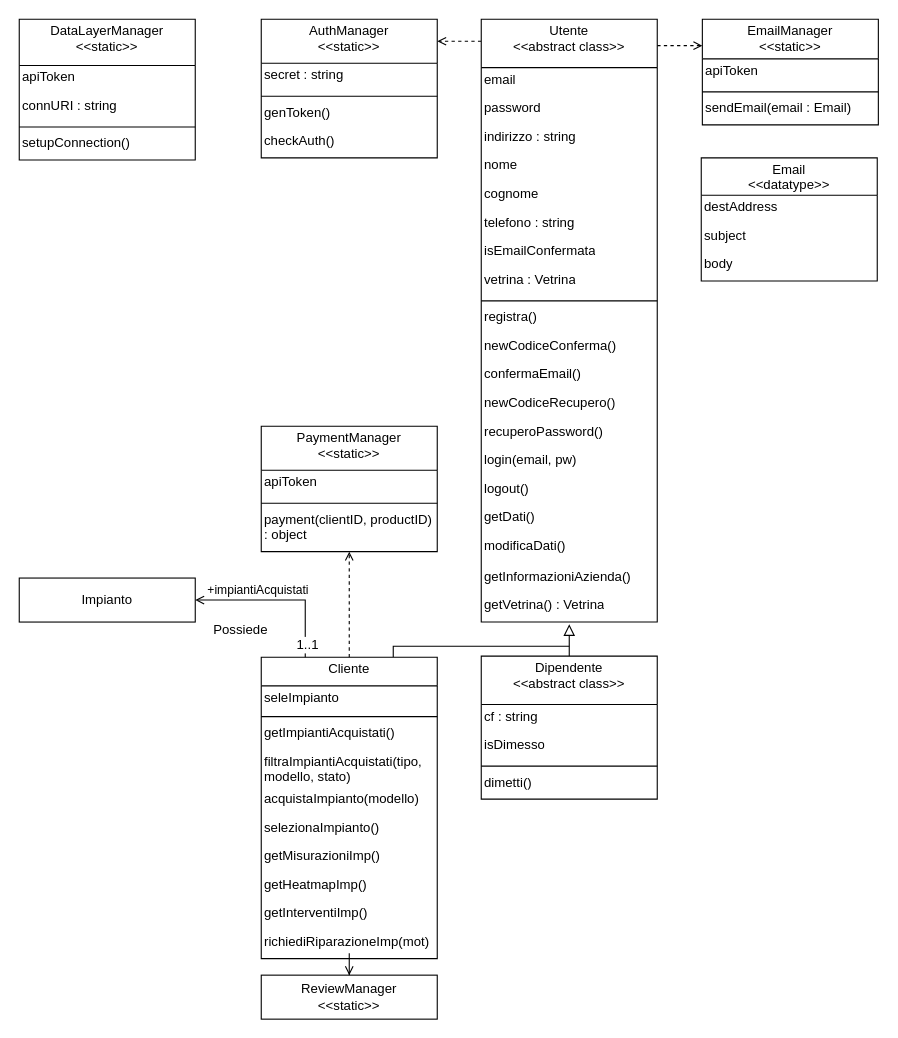
The draw.io diagram page "Utente" (2 of 10) of deliverables/d3/.media/.drawio/classi.drawio in amanfucci/ardeeno-workondeliverables, before the edit. Source tidied: cells renumbered, new cells numbered last; positions are measured from the earlier drawing's top-left corner, leaving out a move shared by most shapes. Both pictures are drawn from the tidied source at 110%, with x=0, y=0 at pixel (19, 19).
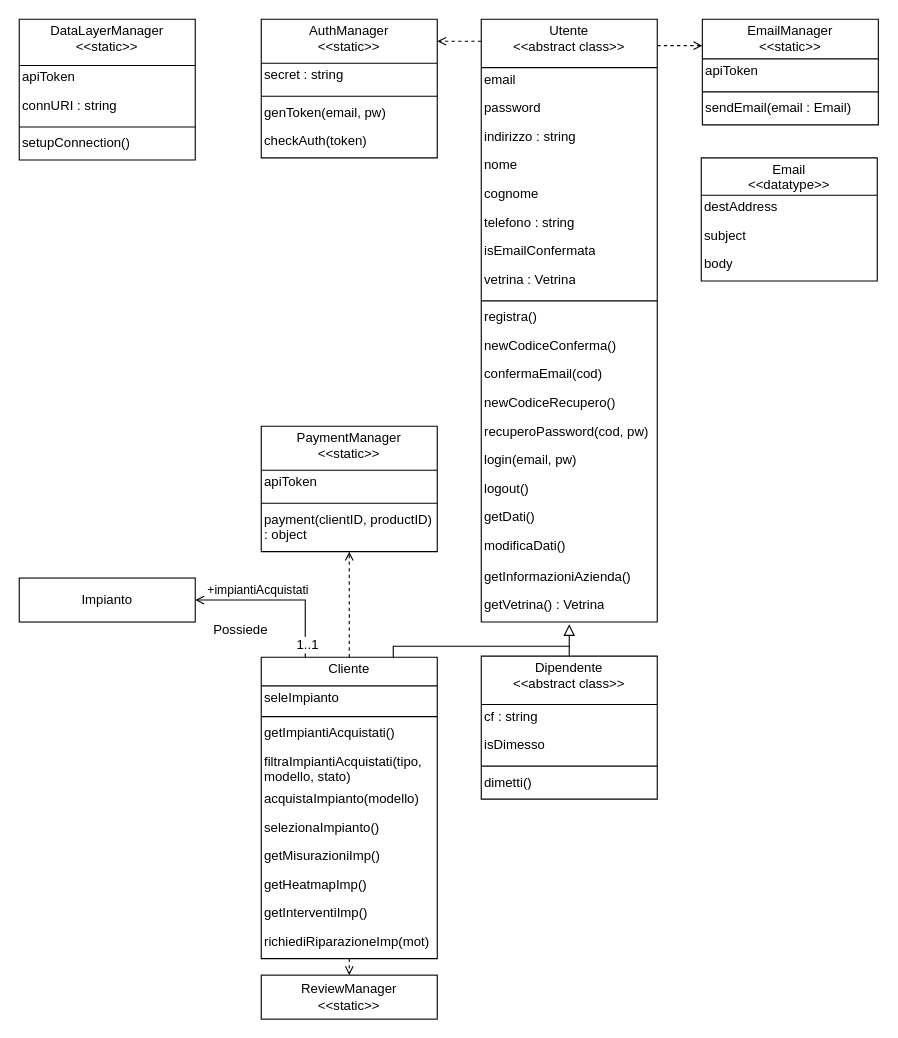
The same diagram, later.

The change refers to these unchanged cells:
```xml
<mxCell id="4" value="Utente&#10;&lt;&lt;abstract class&gt;&gt;" style="swimlane;fontStyle=0;align=center;verticalAlign=top;horizontal=1;startSize=44;whiteSpace=wrap;spacing=-1;" parent="1" vertex="1">
  <mxGeometry x="420" width="160" height="548" as="geometry" />
</mxCell>
<mxCell id="46" value="Cliente" style="swimlane;fontStyle=0;align=center;verticalAlign=top;horizontal=1;startSize=26;whiteSpace=wrap;spacing=-1;" parent="1" vertex="1">
  <mxGeometry x="220" y="580" width="160" height="274" as="geometry" />
</mxCell>
<mxCell id="60" value="AuthManager&#10;&lt;&lt;static&gt;&gt;" style="swimlane;fontStyle=0;align=center;verticalAlign=top;horizontal=1;startSize=40;whiteSpace=wrap;spacing=-1;" parent="1" vertex="1">
  <mxGeometry x="220" width="160" height="126" as="geometry" />
</mxCell>
<mxCell id="65" value="ReviewManager&lt;br&gt;&amp;lt;&amp;lt;static&amp;gt;&amp;gt;" style="rounded=0;whiteSpace=wrap;html=1;fillStyle=solid;fontFamily=Helvetica;fontSize=12;fontColor=#000000;fillColor=#FFFFFF;" parent="1" vertex="1">
  <mxGeometry x="220" y="869" width="160" height="40" as="geometry" />
</mxCell>
```

What changed in the source:
```diff
@@
-    <mxCell id="16" value="confermaEmail()" style="text;strokeColor=none;fillColor=none;align=left;verticalAlign=top;spacingLeft=4;spacingRight=4;overflow=hidden;fontStyle=0;whiteSpace=wrap;spacing=-1;" parent="4" vertex="1">
+    <mxCell id="16" value="confermaEmail(cod)" style="text;strokeColor=none;fillColor=none;align=left;verticalAlign=top;spacingLeft=4;spacingRight=4;overflow=hidden;fontStyle=0;whiteSpace=wrap;spacing=-1;" parent="4" vertex="1">
       <mxGeometry y="312" width="160" height="26" as="geometry" />
     </mxCell>
@@
-    <mxCell id="18" value="recuperoPassword()" style="text;strokeColor=none;fillColor=none;align=left;verticalAlign=top;spacingLeft=4;spacingRight=4;overflow=hidden;fontStyle=0;whiteSpace=wrap;spacing=-1;" parent="4" vertex="1">
+    <mxCell id="18" value="recuperoPassword(cod, pw)" style="text;strokeColor=none;fillColor=none;align=left;verticalAlign=top;spacingLeft=4;spacingRight=4;overflow=hidden;fontStyle=0;whiteSpace=wrap;spacing=-1;" parent="4" vertex="1">
       <mxGeometry y="364" width="160" height="26" as="geometry" />
     </mxCell>
@@
     <mxCell id="44" style="edgeStyle=orthogonalEdgeStyle;shape=connector;rounded=0;jettySize=auto;html=1;entryX=0.5;entryY=0;entryDx=0;entryDy=0;dashed=1;labelBackgroundColor=default;strokeColor=default;fontFamily=Helvetica;fontSize=11;fontColor=default;startArrow=none;startFill=0;endArrow=open;endFill=0;" parent="1" edge="1" source="46" target="65">
-      <mxGeometry relative="1" as="geometry" />
+      <mxGeometry relative="1" as="geometry">
+        <Array as="points">
+          <mxPoint x="300" y="849" />
+          <mxPoint x="300" y="849" />
+        </Array>
+      </mxGeometry>
     </mxCell>
@@
-    <mxCell id="63" value="genToken()" style="text;strokeColor=none;fillColor=none;align=left;verticalAlign=top;spacingLeft=4;spacingRight=4;overflow=hidden;fontStyle=0;whiteSpace=wrap;spacing=-1;" parent="60" vertex="1">
+    <mxCell id="63" value="genToken(email, pw)" style="text;strokeColor=none;fillColor=none;align=left;verticalAlign=top;spacingLeft=4;spacingRight=4;overflow=hidden;fontStyle=0;whiteSpace=wrap;spacing=-1;" parent="60" vertex="1">
       <mxGeometry y="74" width="160" height="26" as="geometry" />
     </mxCell>
-    <mxCell id="64" value="checkAuth()" style="text;strokeColor=none;fillColor=none;align=left;verticalAlign=top;spacingLeft=4;spacingRight=4;overflow=hidden;fontStyle=0;whiteSpace=wrap;spacing=-1;" parent="60" vertex="1">
+    <mxCell id="64" value="checkAuth(token)" style="text;strokeColor=none;fillColor=none;align=left;verticalAlign=top;spacingLeft=4;spacingRight=4;overflow=hidden;fontStyle=0;whiteSpace=wrap;spacing=-1;" parent="60" vertex="1">
       <mxGeometry y="100" width="160" height="26" as="geometry" />
     </mxCell>
```
